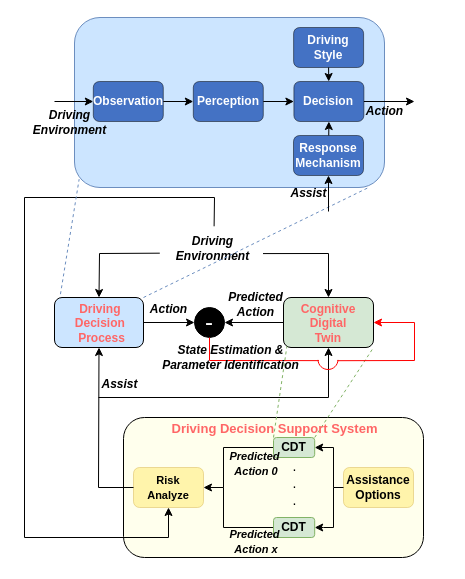
Before: page "CDAS-O overview new" (6 of 6) of CDAS-O.drawio in SlidingEagle/draw.io, a draw.io diagram. Source tidied: cells renumbered, new cells numbered last; positions are measured from the earlier drawing's top-left corner, leaving out a move shared by most shapes. Both pictures are drawn from the tidied source at 100%, with x=0, y=0 at pixel (19, 17).
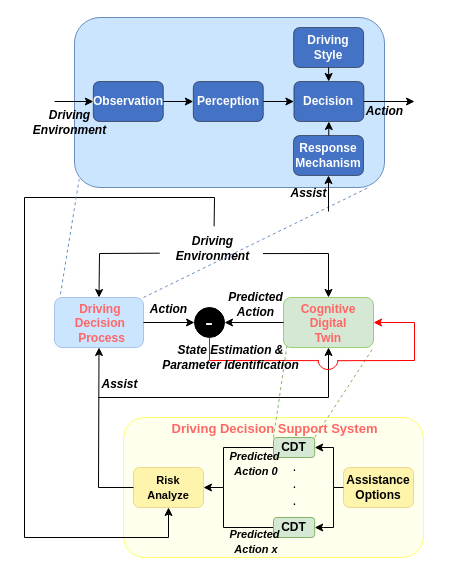
The same diagram, later.

Change to the diagram source:
```diff
@@
-    <mxCell id="2" style="rounded=1;whiteSpace=wrap;html=1;fillColor=#CCE5FF;strokeColor=#000000;" parent="1" vertex="1">
+    <mxCell id="2" style="rounded=1;whiteSpace=wrap;html=1;fillColor=#CCE5FF;strokeColor=#A9C4EB;" parent="1" vertex="1">
       <mxGeometry x="35" y="280" width="89" height="50" as="geometry" />
     </mxCell>
-    <mxCell id="3" style="rounded=1;whiteSpace=wrap;html=1;fillColor=#d5e8d4;strokeColor=#000000;" parent="1" vertex="1">
+    <mxCell id="3" style="rounded=1;whiteSpace=wrap;html=1;fillColor=#d5e8d4;strokeColor=#97D077;" parent="1" vertex="1">
       <mxGeometry x="264" y="280" width="90" height="50" as="geometry" />
     </mxCell>
@@
-    <mxCell id="6" style="rounded=1;whiteSpace=wrap;html=1;fillColor=#FFFFED;strokeColor=#000000;" parent="1" vertex="1">
+    <mxCell id="6" style="rounded=1;whiteSpace=wrap;html=1;fillColor=#FFFFED;strokeColor=#FFFF66;" parent="1" vertex="1">
       <mxGeometry x="104" y="400" width="300" height="140" as="geometry" />
     </mxCell>
```
